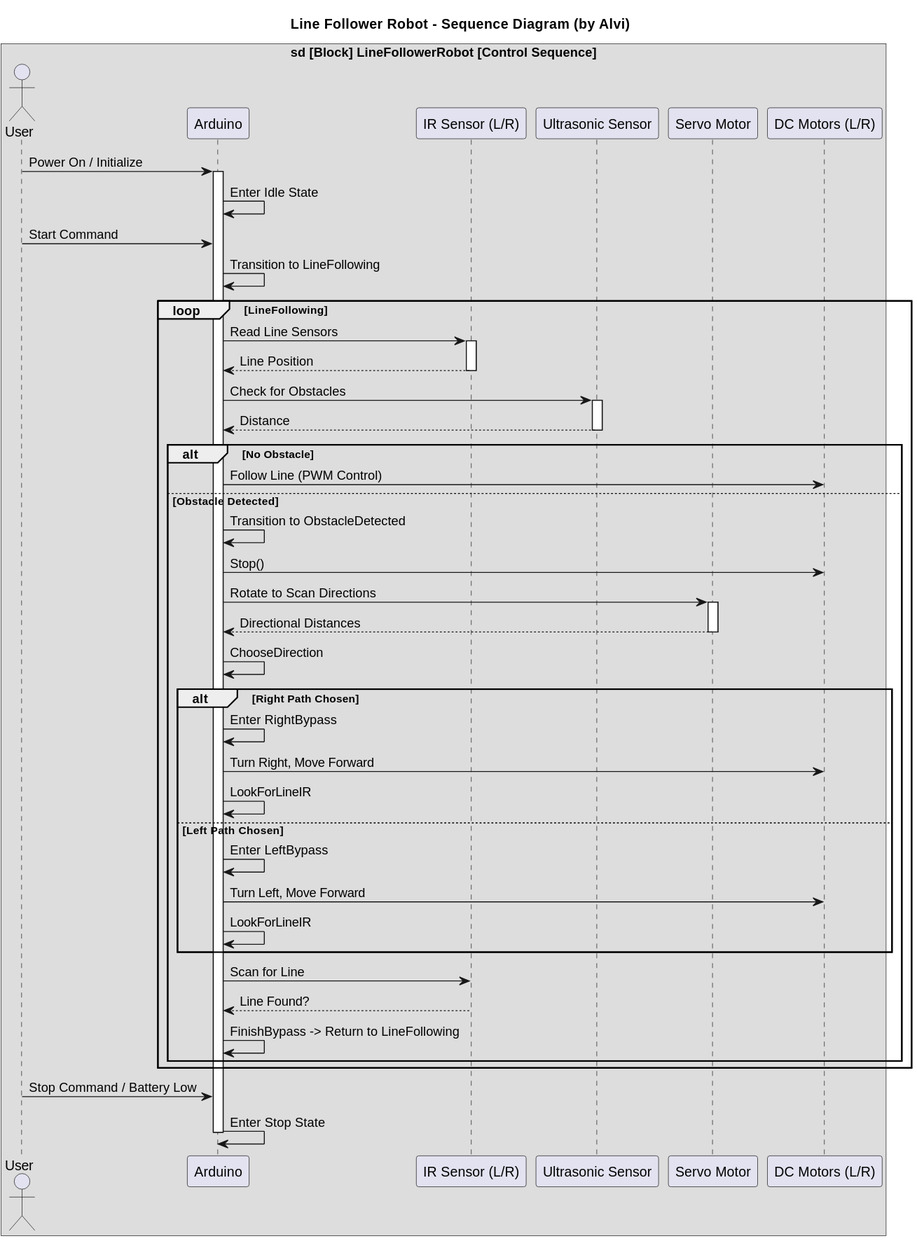
The PlantUML diagram Final SysML Diagram/sequence_diagram.svg in alvi231078/D2---Line-Follower-Robot, before a commit.
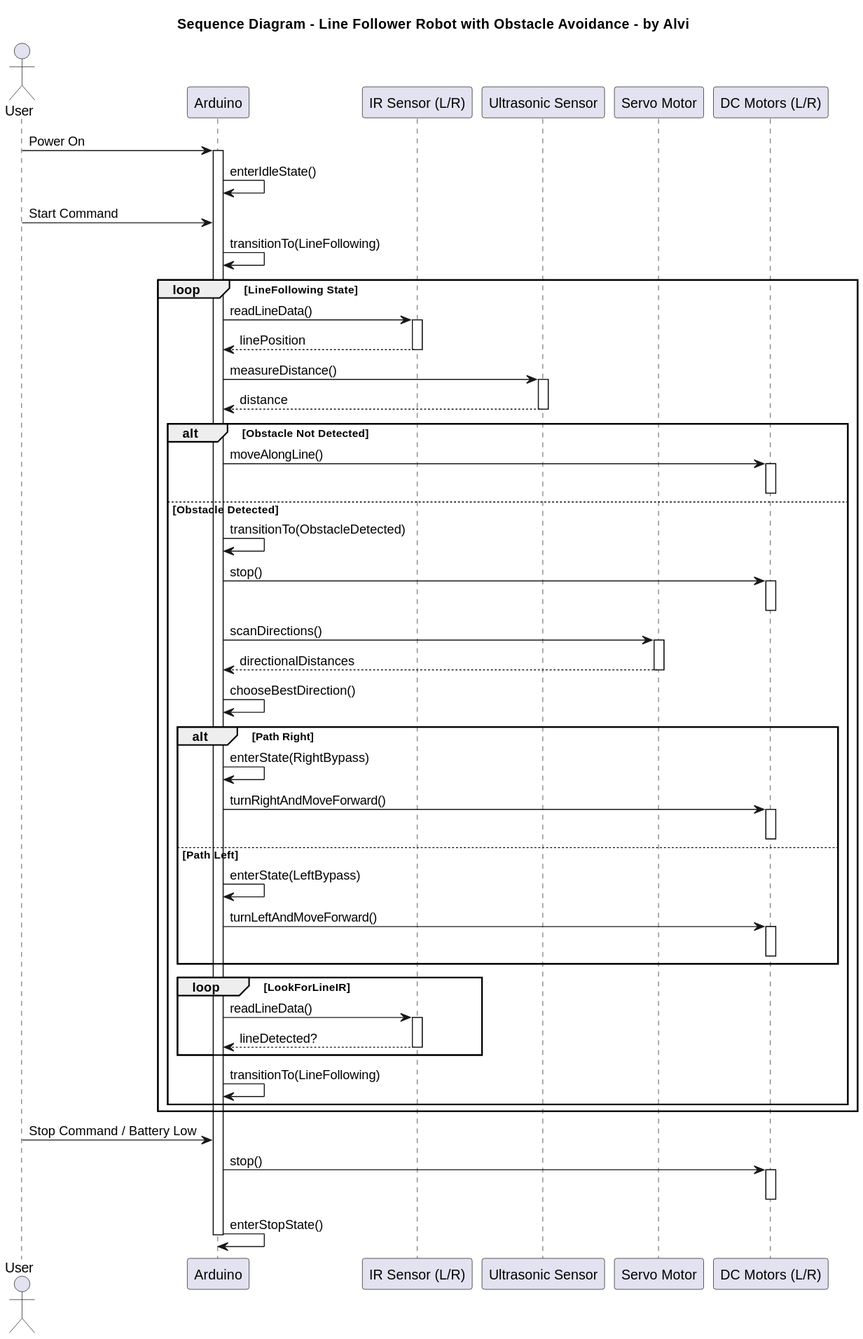
The same diagram one commit later.

Diff of the diagram source:
```diff
@@ -1,66 +1,79 @@
 @startuml
-title Line Follower Robot - Sequence Diagram (by Alvi)
-
-box "sd [Block] LineFollowerRobot [Control Sequence]"
+title  Sequence Diagram - Line Follower Robot with Obstacle Avoidance - by Alvi
 
 actor User
 participant Arduino
-participant IRSensor as "IR Sensor (L/R)"
-participant UltrasonicSensor as "Ultrasonic Sensor"
-participant Servo as "Servo Motor"
-participant Motors as "DC Motors (L/R)"
+participant "IR Sensor (L/R)" as IRSensor
+participant "Ultrasonic Sensor" as UltrasonicSensor
+participant "Servo Motor" as Servo
+participant "DC Motors (L/R)" as Motors
 
-User -> Arduino : Power On / Initialize
+User -> Arduino : Power On
 activate Arduino
-
-Arduino -> Arduino : Enter Idle State
+Arduino -> Arduino : enterIdleState()
 
 User -> Arduino : Start Command
-Arduino -> Arduino : Transition to LineFollowing
+Arduino -> Arduino : transitionTo(LineFollowing)
 
-loop LineFollowing
-  Arduino -> IRSensor : Read Line Sensors
+loop LineFollowing State
+  Arduino -> IRSensor : readLineData()
   activate IRSensor
-  IRSensor --> Arduino : Line Position
+  IRSensor --> Arduino : linePosition
   deactivate IRSensor
 
-  Arduino -> UltrasonicSensor : Check for Obstacles
+  Arduino -> UltrasonicSensor : measureDistance()
   activate UltrasonicSensor
-  UltrasonicSensor --> Arduino : Distance
+  UltrasonicSensor --> Arduino : distance
   deactivate UltrasonicSensor
 
-  alt No Obstacle
-    Arduino -> Motors : Follow Line (PWM Control)
+  alt Obstacle Not Detected
+    Arduino -> Motors : moveAlongLine()
+    activate Motors
+    deactivate Motors
+
   else Obstacle Detected
-    Arduino -> Arduino : Transition to ObstacleDetected
+    Arduino -> Arduino : transitionTo(ObstacleDetected)
 
-    Arduino -> Motors : Stop()
-    Arduino -> Servo : Rotate to Scan Directions
+    Arduino -> Motors : stop()
+    activate Motors
+    deactivate Motors
+
+    Arduino -> Servo : scanDirections()
     activate Servo
-    Servo --> Arduino : Directional Distances
+    Servo --> Arduino : directionalDistances
     deactivate Servo
 
-    Arduino -> Arduino : ChooseDirection
+    Arduino -> Arduino : chooseBestDirection()
 
-    alt Right Path Chosen
-      Arduino -> Arduino : Enter RightBypass
-      Arduino -> Motors : Turn Right, Move Forward
-      Arduino -> Arduino : LookForLineIR
-    else Left Path Chosen
-      Arduino -> Arduino : Enter LeftBypass
-      Arduino -> Motors : Turn Left, Move Forward
-      Arduino -> Arduino : LookForLineIR
+    alt Path Right
+      Arduino -> Arduino : enterState(RightBypass)
+      Arduino -> Motors : turnRightAndMoveForward()
+      activate Motors
+      deactivate Motors
+
+    else Path Left
+      Arduino -> Arduino : enterState(LeftBypass)
+      Arduino -> Motors : turnLeftAndMoveForward()
+      activate Motors
+      deactivate Motors
+
     end
 
-    Arduino -> IRSensor : Scan for Line
-    IRSensor --> Arduino : Line Found?
-    Arduino -> Arduino : FinishBypass -> Return to LineFollowing
+    loop LookForLineIR
+      Arduino -> IRSensor : readLineData()
+      activate IRSensor
+      IRSensor --> Arduino : lineDetected?
+      deactivate IRSensor
+    end
+
+    Arduino -> Arduino : transitionTo(LineFollowing)
   end
 end
 
 User -> Arduino : Stop Command / Battery Low
-Arduino -> Arduino : Enter Stop State
+Arduino -> Motors : stop()
+activate Motors
+deactivate Motors
+Arduino -> Arduino : enterStopState()
 deactivate Arduino
-
-end box
 @enduml
```
